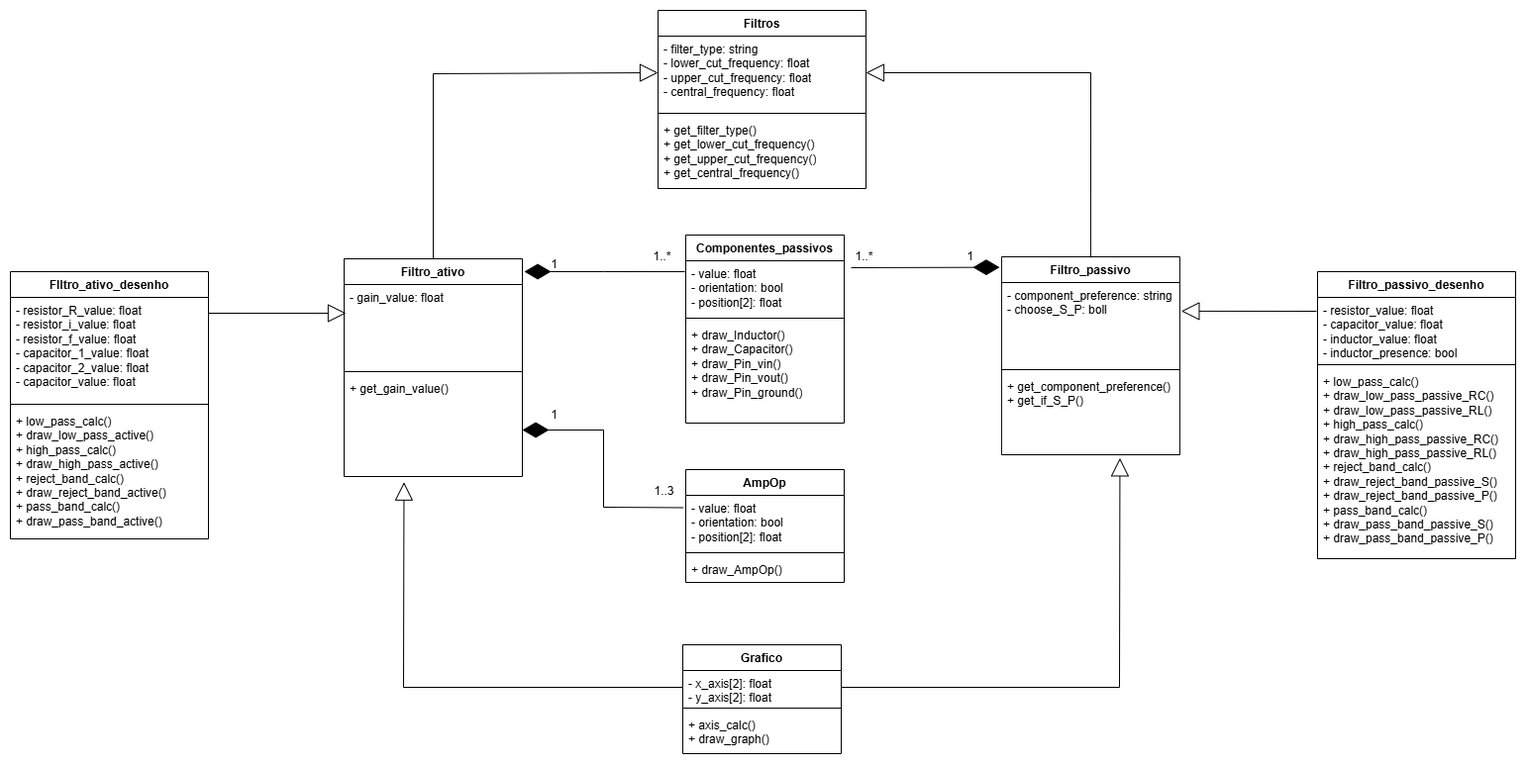
This is ProjetoFinal/img/Class_diagram_FPJ_V2.png from EEletronicChris/prgOO, a draw.io export, as it was before one commit. Source tidied: cells renumbered, new cells last; positions are measured from the earlier drawing's top-left corner, leaving out a move shared by most shapes.
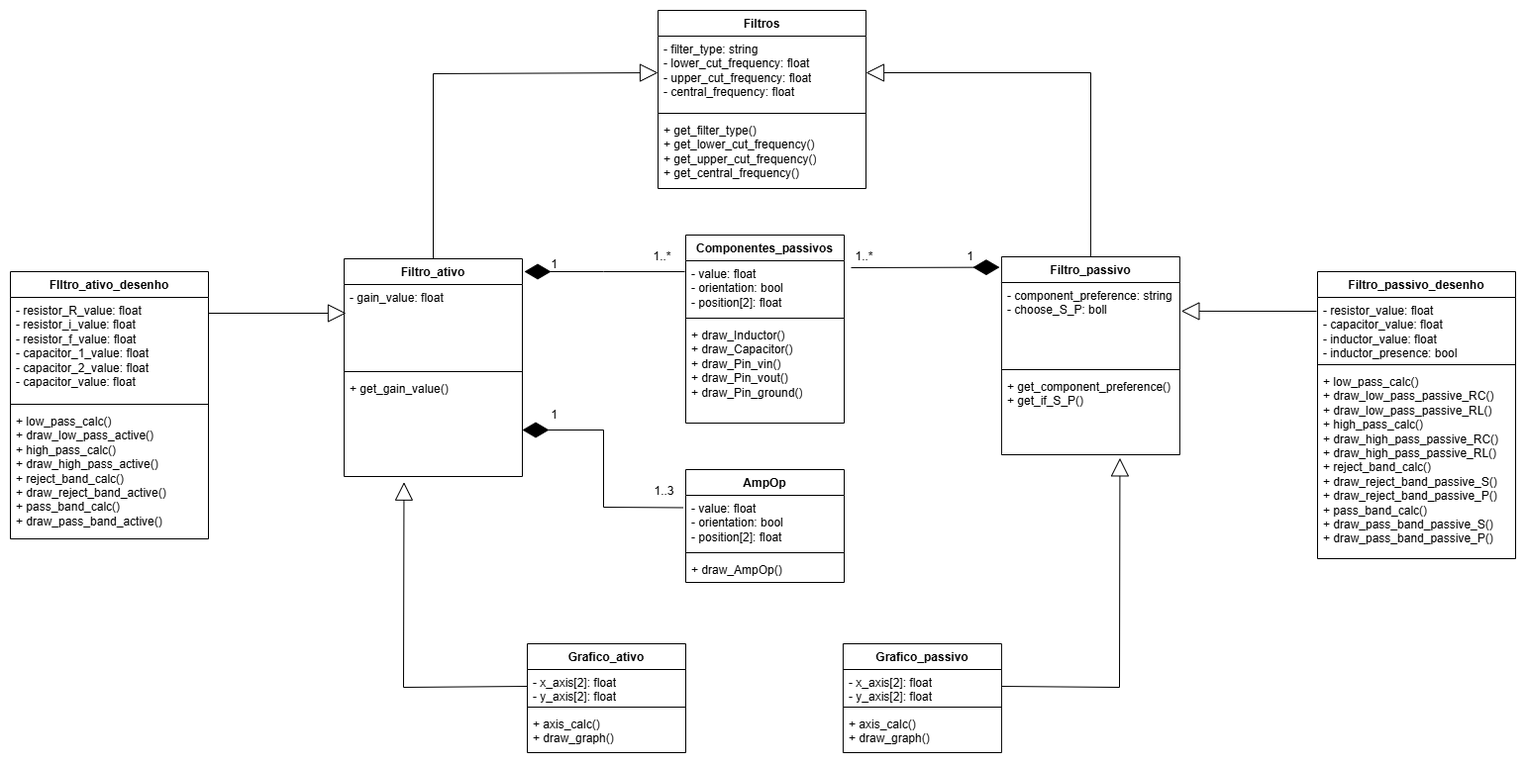
Later version of the same file.

Commit message:
Atualização final dos diagramas

The edit, as a diff of the source:
```diff
@@ -115,15 +115,15 @@
         <mxPoint x="1319" y="304" as="sourcePoint" />
       </mxGeometry>
     </mxCell>
-    <mxCell id="36" style="endArrow=block;endSize=16;endFill=0;html=1;rounded=0;exitX=1;exitY=0.5;exitDx=0;exitDy=0;entryX=0.664;entryY=1.041;entryDx=0;entryDy=0;entryPerimeter=0;" parent="1" edge="1" source="38" target="13">
+    <mxCell id="36" style="endArrow=block;endSize=16;endFill=0;html=1;rounded=0;entryX=0.664;entryY=1.041;entryDx=0;entryDy=0;entryPerimeter=0;exitX=1;exitY=0.5;exitDx=0;exitDy=0;" parent="1" edge="1" source="50" target="13">
       <mxGeometry relative="1" as="geometry">
         <Array as="points">
           <mxPoint x="1120" y="684" />
         </Array>
       </mxGeometry>
     </mxCell>
-    <mxCell id="37" value="Grafico" style="swimlane;fontStyle=1;align=center;verticalAlign=top;horizontal=1;startSize=26;whiteSpace=wrap;html=1;" parent="1" vertex="1">
-      <mxGeometry x="679" y="641" width="160" height="110" as="geometry" />
+    <mxCell id="37" value="Grafico_ativo" style="swimlane;fontStyle=1;align=center;verticalAlign=top;horizontal=1;startSize=26;whiteSpace=wrap;html=1;" parent="1" vertex="1">
+      <mxGeometry x="522" y="640" width="160" height="110" as="geometry" />
     </mxCell>
     <mxCell id="38" value="- x_axis[2]: float&lt;div&gt;- y_axis[2]: float&lt;/div&gt;" style="text;strokeColor=none;fillColor=none;align=left;verticalAlign=top;spacingLeft=4;spacingRight=4;overflow=hidden;points=[[0,0.5],[1,0.5]];portConstraint=eastwest;whiteSpace=wrap;html=1;" parent="37" vertex="1">
       <mxGeometry y="26" width="160" height="34" as="geometry" />
@@ -176,5 +176,17 @@
         </Array>
       </mxGeometry>
     </mxCell>
+    <mxCell id="49" value="Grafico_passivo" style="swimlane;fontStyle=1;align=center;verticalAlign=top;horizontal=1;startSize=26;whiteSpace=wrap;html=1;" parent="1" vertex="1">
+      <mxGeometry x="840.9" y="640" width="160" height="110" as="geometry" />
+    </mxCell>
+    <mxCell id="50" value="- x_axis[2]: float&lt;div&gt;- y_axis[2]: float&lt;/div&gt;" style="text;strokeColor=none;fillColor=none;align=left;verticalAlign=top;spacingLeft=4;spacingRight=4;overflow=hidden;points=[[0,0.5],[1,0.5]];portConstraint=eastwest;whiteSpace=wrap;html=1;" parent="49" vertex="1">
+      <mxGeometry y="26" width="160" height="34" as="geometry" />
+    </mxCell>
+    <mxCell id="51" style="line;strokeWidth=1;fillColor=none;align=left;verticalAlign=middle;spacingTop=-1;spacingLeft=3;spacingRight=3;labelPosition=right;strokeColor=inherit;" parent="49" vertex="1">
+      <mxGeometry y="60" width="160" height="8" as="geometry" />
+    </mxCell>
+    <mxCell id="52" value="+ axis_calc()&lt;div&gt;+ draw_graph()&lt;br&gt;&lt;div&gt;&lt;br&gt;&lt;/div&gt;&lt;/div&gt;" style="text;strokeColor=none;fillColor=none;align=left;verticalAlign=top;spacingLeft=4;spacingRight=4;overflow=hidden;whiteSpace=wrap;html=1;" parent="49" vertex="1">
+      <mxGeometry y="68" width="160" height="42" as="geometry" />
+    </mxCell>
   </root>
 </mxGraphModel>
```
